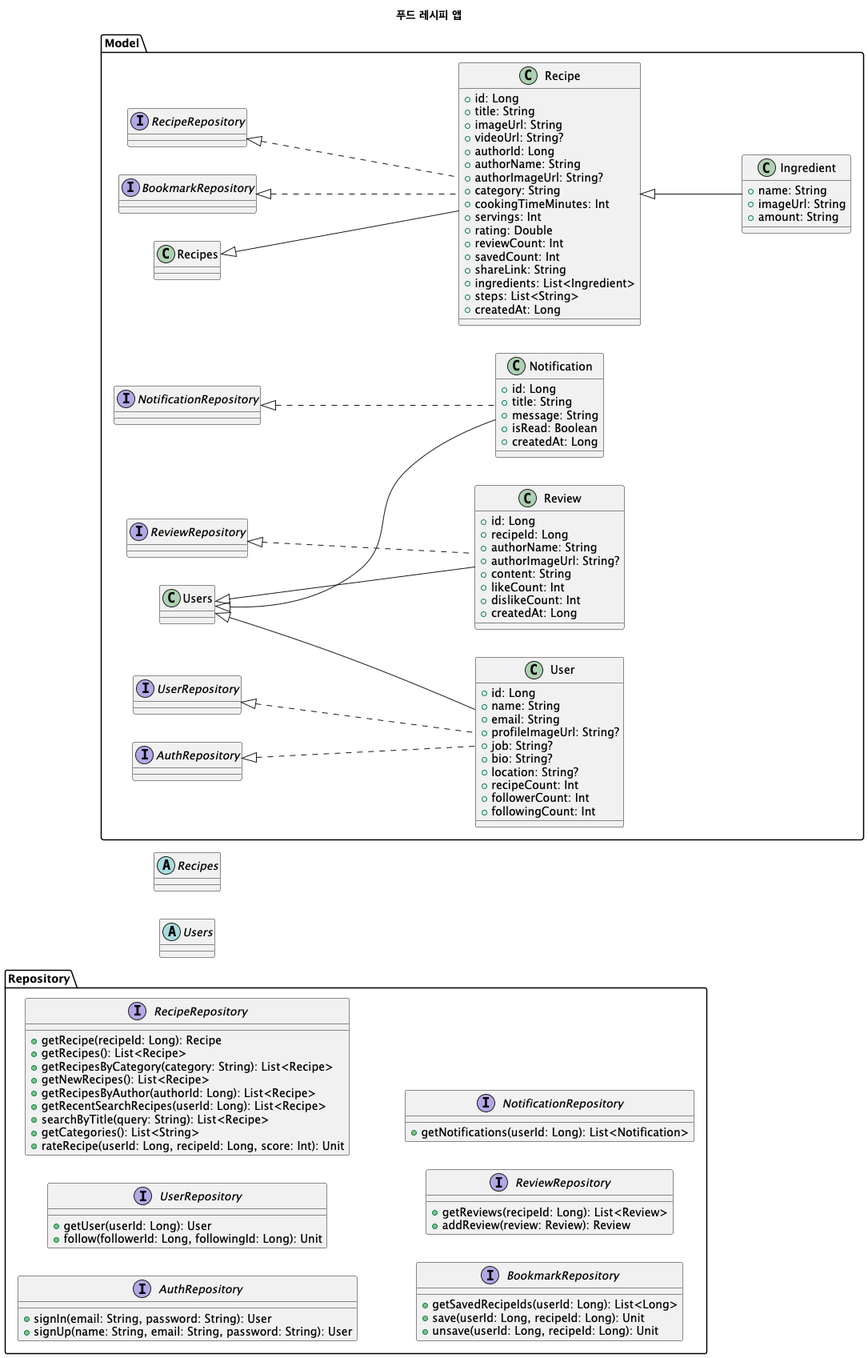
Above: src/main/java/com/survivalcoding/day21_architecture/recipe_app_graph.png in SurvivalCodingCampus/gangnam3-java-oop (PlantUML), before the change. Source of this version:
```plantuml
@startuml recipe_app
left to right direction
title 푸드 레시피 앱

abstract class Users {}

abstract class Recipes {}

package "Repository" {

    interface AuthRepository {
        + signIn(email: String, password: String): User
        + signUp(name: String, email: String, password: String): User
    }

    interface UserRepository {
        + getUser(userId: Long): User
        + follow(followerId: Long, followingId: Long): Unit
    }

    interface RecipeRepository {
        + getRecipe(recipeId: Long): Recipe
        + getRecipes(): List<Recipe>
        + getRecipesByCategory(category: String): List<Recipe>
        + getNewRecipes(): List<Recipe>
        + getRecipesByAuthor(authorId: Long): List<Recipe>
        + getRecentSearchRecipes(userId: Long): List<Recipe>
        + searchByTitle(query: String): List<Recipe>
        + getCategories(): List<String>
        + rateRecipe(userId: Long, recipeId: Long, score: Int): Unit
    }

    interface BookmarkRepository {
        + getSavedRecipeIds(userId: Long): List<Long>
        + save(userId: Long, recipeId: Long): Unit
        + unsave(userId: Long, recipeId: Long): Unit
    }

    interface ReviewRepository {
        + getReviews(recipeId: Long): List<Review>
        + addReview(review: Review): Review
    }

    interface NotificationRepository {
        + getNotifications(userId: Long): List<Notification>
    }
}

package "Model" {

    class User extends Users implements AuthRepository, UserRepository {
        + id: Long
        + name: String
        + email: String
        + profileImageUrl: String?
        + job: String?
        + bio: String?
        + location: String?
        + recipeCount: Int
        + followerCount: Int
        + followingCount: Int
    }

    class Recipe extends Recipes implements BookmarkRepository, RecipeRepository {
        + id: Long
        + title: String
        + imageUrl: String
        + videoUrl: String?
        + authorId: Long
        + authorName: String
        + authorImageUrl: String?
        + category: String
        + cookingTimeMinutes: Int
        + servings: Int
        + rating: Double
        + reviewCount: Int
        + savedCount: Int
        + shareLink: String
        + ingredients: List<Ingredient>
        + steps: List<String>
        + createdAt: Long
    }

    class Ingredient extends Recipe {
        + name: String
        + imageUrl: String
        + amount: String
    }

    class Review extends Users implements ReviewRepository {
        + id: Long
        + recipeId: Long
        + authorName: String
        + authorImageUrl: String?
        + content: String
        + likeCount: Int
        + dislikeCount: Int
        + createdAt: Long
    }

    class Notification extends Users implements NotificationRepository{
        + id: Long
        + title: String
        + message: String
        + isRead: Boolean
        + createdAt: Long
    }
}

@enduml
```
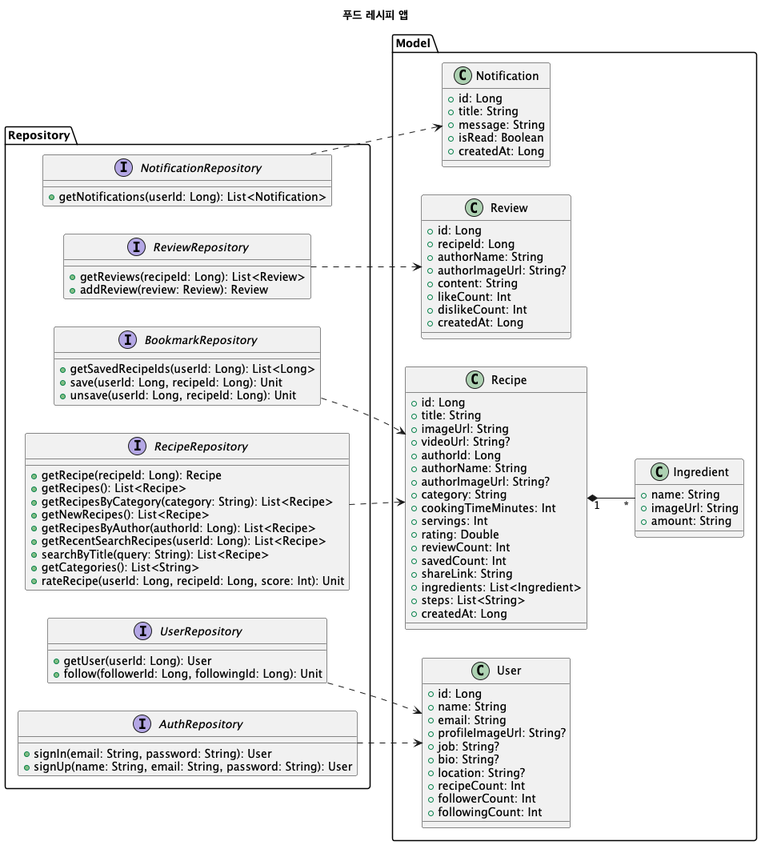
After the commit.

Commit message:
feat: repository == interface, Recipe has a Ingredient

The edit, as a diff of the source:
```diff
@@ -1,10 +1,6 @@
 @startuml recipe_app
 left to right direction
 title 푸드 레시피 앱
-
-abstract class Users {}
-
-abstract class Recipes {}
 
 package "Repository" {
 
@@ -48,7 +44,7 @@
 
 package "Model" {
 
-    class User extends Users implements AuthRepository, UserRepository {
+    class User {
         + id: Long
         + name: String
         + email: String
@@ -61,7 +57,7 @@
         + followingCount: Int
     }
 
-    class Recipe extends Recipes implements BookmarkRepository, RecipeRepository {
+    class Recipe {
         + id: Long
         + title: String
         + imageUrl: String
@@ -81,13 +77,13 @@
         + createdAt: Long
     }
 
-    class Ingredient extends Recipe {
+    class Ingredient {
         + name: String
         + imageUrl: String
         + amount: String
     }
 
-    class Review extends Users implements ReviewRepository {
+    class Review {
         + id: Long
         + recipeId: Long
         + authorName: String
@@ -98,7 +94,7 @@
         + createdAt: Long
     }
 
-    class Notification extends Users implements NotificationRepository{
+    class Notification {
         + id: Long
         + title: String
         + message: String
@@ -107,4 +103,13 @@
     }
 }
 
+Recipe "1" *-- "*" Ingredient
+
+AuthRepository ..> User
+UserRepository ..> User
+RecipeRepository ..> Recipe
+BookmarkRepository ..> Recipe
+ReviewRepository ..> Review
+NotificationRepository ..> Notification
+
 @enduml
```
